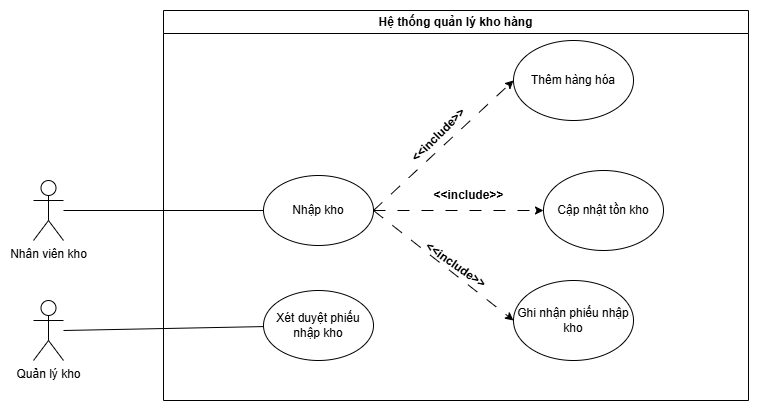
Before: Use Case Diagram/Usecase Nhập kho/Nhapkho.usecase.drawio.png, a diagram exported from draw.io (thanh2k4/Warehouse-management). Source tidied: cells renumbered, new cells last; positions are measured from the earlier drawing's top-left corner, leaving out a move shared by most shapes. The source it was exported from:
```xml
<mxGraphModel>
  <root>
    <mxCell id="0" />
    <mxCell id="1" parent="0" />
    <mxCell id="2" value="Hệ thống quản lý kho hàng" style="swimlane;whiteSpace=wrap;html=1;" parent="1" vertex="1">
      <mxGeometry x="130" width="585" height="390" as="geometry" />
    </mxCell>
    <mxCell id="3" value="Nhập kho" style="ellipse;whiteSpace=wrap;html=1;" parent="2" vertex="1">
      <mxGeometry x="100" y="165" width="110" height="70" as="geometry" />
    </mxCell>
    <mxCell id="4" value="Thêm hàng hóa" style="ellipse;whiteSpace=wrap;html=1;" parent="2" vertex="1">
      <mxGeometry x="350" y="30" width="120" height="80" as="geometry" />
    </mxCell>
    <mxCell id="5" value="Cập nhật tồn kho" style="ellipse;whiteSpace=wrap;html=1;" parent="2" vertex="1">
      <mxGeometry x="380" y="160" width="120" height="80" as="geometry" />
    </mxCell>
    <mxCell id="6" value="Ghi nhận phiếu nhập kho" style="ellipse;whiteSpace=wrap;html=1;" parent="2" vertex="1">
      <mxGeometry x="350" y="270" width="120" height="80" as="geometry" />
    </mxCell>
    <mxCell id="7" style="endArrow=classic;html=1;rounded=0;entryX=0;entryY=0.5;entryDx=0;entryDy=0;dashed=1;dashPattern=12 12;" parent="2" edge="1" target="4">
      <mxGeometry relative="1" as="geometry">
        <mxPoint x="210" y="200" as="sourcePoint" />
      </mxGeometry>
    </mxCell>
    <mxCell id="8" style="endArrow=classic;html=1;rounded=0;entryX=0;entryY=0.5;entryDx=0;entryDy=0;dashed=1;dashPattern=12 12;" parent="2" edge="1" target="5">
      <mxGeometry relative="1" as="geometry">
        <mxPoint x="210" y="200" as="sourcePoint" />
      </mxGeometry>
    </mxCell>
    <mxCell id="9" style="endArrow=classic;html=1;rounded=0;exitX=1;exitY=0.5;exitDx=0;exitDy=0;entryX=0;entryY=0.5;entryDx=0;entryDy=0;dashed=1;dashPattern=12 12;" parent="2" edge="1" source="3" target="6">
      <mxGeometry relative="1" as="geometry" />
    </mxCell>
    <mxCell id="10" value="&lt;b&gt;&amp;lt;&amp;lt;include&amp;gt;&amp;gt;&lt;/b&gt;" style="text;html=1;align=center;verticalAlign=middle;strokeColor=none;fillColor=none;rotation=-45;" parent="2" vertex="1">
      <mxGeometry x="230" y="110" width="90" height="30" as="geometry" />
    </mxCell>
    <mxCell id="11" value="&lt;b&gt;&amp;lt;&amp;lt;include&amp;gt;&amp;gt;&lt;/b&gt;" style="text;html=1;align=center;verticalAlign=middle;strokeColor=none;fillColor=none;rotation=0;" parent="2" vertex="1">
      <mxGeometry x="260" y="170" width="90" height="30" as="geometry" />
    </mxCell>
    <mxCell id="12" value="&lt;b&gt;&amp;lt;&amp;lt;include&amp;gt;&amp;gt;&lt;/b&gt;" style="text;html=1;align=center;verticalAlign=middle;strokeColor=none;fillColor=none;rotation=35;" parent="2" vertex="1">
      <mxGeometry x="247.5" y="240" width="90" height="30" as="geometry" />
    </mxCell>
    <mxCell id="13" value="Xét duyệt phiếu nhập kho" style="ellipse;whiteSpace=wrap;html=1;" parent="2" vertex="1">
      <mxGeometry x="100" y="280" width="110" height="70" as="geometry" />
    </mxCell>
    <mxCell id="14" value="Nhân viên kho" style="shape=umlActor;verticalLabelPosition=bottom;verticalAlign=top;html=1;outlineConnect=0;" parent="1" vertex="1">
      <mxGeometry y="170" width="30" height="60" as="geometry" />
    </mxCell>
    <mxCell id="15" style="endArrow=none;html=1;rounded=0;entryX=0;entryY=0.5;entryDx=0;entryDy=0;" parent="1" edge="1" source="14" target="3">
      <mxGeometry relative="1" as="geometry" />
    </mxCell>
    <mxCell id="16" value="Quản lý kho" style="shape=umlActor;verticalLabelPosition=bottom;verticalAlign=top;html=1;" parent="1" vertex="1">
      <mxGeometry y="290" width="30" height="60" as="geometry" />
    </mxCell>
    <mxCell id="17" style="endArrow=none;html=1;rounded=0;" parent="1" edge="1" target="13">
      <mxGeometry relative="1" as="geometry">
        <mxPoint x="30" y="320" as="sourcePoint" />
      </mxGeometry>
    </mxCell>
  </root>
</mxGraphModel>
```
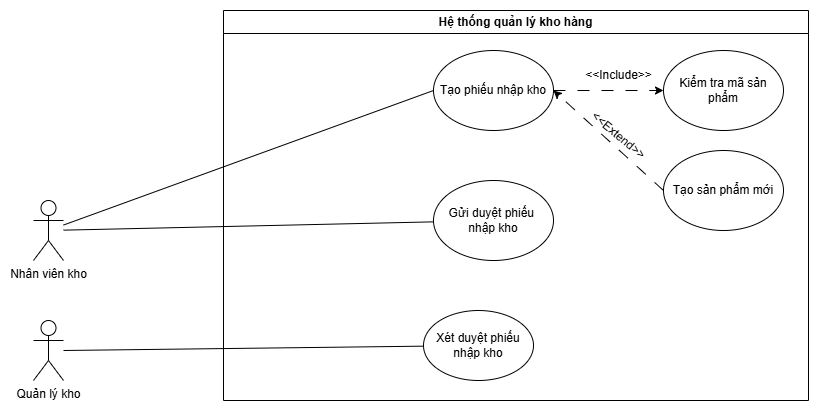
After the change.

Commit message:
update nhap kho

The edit, as a diff of the source:
```diff
@@ -3,51 +3,44 @@
     <mxCell id="0" />
     <mxCell id="1" parent="0" />
     <mxCell id="2" value="Hệ thống quản lý kho hàng" style="swimlane;whiteSpace=wrap;html=1;" parent="1" vertex="1">
-      <mxGeometry x="130" width="585" height="390" as="geometry" />
+      <mxGeometry x="190" y="-20" width="585" height="390" as="geometry" />
     </mxCell>
-    <mxCell id="3" value="Nhập kho" style="ellipse;whiteSpace=wrap;html=1;" parent="2" vertex="1">
-      <mxGeometry x="100" y="165" width="110" height="70" as="geometry" />
-    </mxCell>
+    <mxCell id="18" style="rounded=0;jettySize=auto;html=1;dashed=1;dashPattern=12 12;" parent="2" edge="1" source="4" target="22">
+      <mxGeometry relative="1" as="geometry" />
+    </mxCell>
-    <mxCell id="4" value="Thêm hàng hóa" style="ellipse;whiteSpace=wrap;html=1;" parent="2" vertex="1">
-      <mxGeometry x="350" y="30" width="120" height="80" as="geometry" />
+    <mxCell id="4" value="Tạo phiếu nhập kho" style="ellipse;whiteSpace=wrap;html=1;" parent="2" vertex="1">
+      <mxGeometry x="210" y="40" width="120" height="80" as="geometry" />
     </mxCell>
-    <mxCell id="5" value="Cập nhật tồn kho" style="ellipse;whiteSpace=wrap;html=1;" parent="2" vertex="1">
-      <mxGeometry x="380" y="160" width="120" height="80" as="geometry" />
-    </mxCell>
-    <mxCell id="6" value="Ghi nhận phiếu nhập kho" style="ellipse;whiteSpace=wrap;html=1;" parent="2" vertex="1">
-      <mxGeometry x="350" y="270" width="120" height="80" as="geometry" />
-    </mxCell>
-    <mxCell id="7" style="endArrow=classic;html=1;rounded=0;entryX=0;entryY=0.5;entryDx=0;entryDy=0;dashed=1;dashPattern=12 12;" parent="2" edge="1" target="4">
-      <mxGeometry relative="1" as="geometry">
-        <mxPoint x="210" y="200" as="sourcePoint" />
-      </mxGeometry>
-    </mxCell>
-    <mxCell id="8" style="endArrow=classic;html=1;rounded=0;entryX=0;entryY=0.5;entryDx=0;entryDy=0;dashed=1;dashPattern=12 12;" parent="2" edge="1" target="5">
-      <mxGeometry relative="1" as="geometry">
-        <mxPoint x="210" y="200" as="sourcePoint" />
-      </mxGeometry>
-    </mxCell>
-    <mxCell id="9" style="endArrow=classic;html=1;rounded=0;exitX=1;exitY=0.5;exitDx=0;exitDy=0;entryX=0;entryY=0.5;entryDx=0;entryDy=0;dashed=1;dashPattern=12 12;" parent="2" edge="1" source="3" target="6">
-      <mxGeometry relative="1" as="geometry" />
-    </mxCell>
-    <mxCell id="10" value="&lt;b&gt;&amp;lt;&amp;lt;include&amp;gt;&amp;gt;&lt;/b&gt;" style="text;html=1;align=center;verticalAlign=middle;strokeColor=none;fillColor=none;rotation=-45;" parent="2" vertex="1">
-      <mxGeometry x="230" y="110" width="90" height="30" as="geometry" />
-    </mxCell>
-    <mxCell id="11" value="&lt;b&gt;&amp;lt;&amp;lt;include&amp;gt;&amp;gt;&lt;/b&gt;" style="text;html=1;align=center;verticalAlign=middle;strokeColor=none;fillColor=none;rotation=0;" parent="2" vertex="1">
-      <mxGeometry x="260" y="170" width="90" height="30" as="geometry" />
-    </mxCell>
-    <mxCell id="12" value="&lt;b&gt;&amp;lt;&amp;lt;include&amp;gt;&amp;gt;&lt;/b&gt;" style="text;html=1;align=center;verticalAlign=middle;strokeColor=none;fillColor=none;rotation=35;" parent="2" vertex="1">
-      <mxGeometry x="247.5" y="240" width="90" height="30" as="geometry" />
-    </mxCell>
     <mxCell id="13" value="Xét duyệt phiếu nhập kho" style="ellipse;whiteSpace=wrap;html=1;" parent="2" vertex="1">
-      <mxGeometry x="100" y="280" width="110" height="70" as="geometry" />
+      <mxGeometry x="200" y="300" width="110" height="70" as="geometry" />
     </mxCell>
+    <mxCell id="19" style="rounded=0;jettySize=auto;html=1;exitX=0;exitY=0.5;exitDx=0;exitDy=0;entryX=1;entryY=0.5;entryDx=0;entryDy=0;dashed=1;dashPattern=12 12;" parent="2" edge="1" source="20" target="4">
+      <mxGeometry relative="1" as="geometry" />
+    </mxCell>
+    <mxCell id="20" value="Tạo sản phẩm mới" style="ellipse;whiteSpace=wrap;html=1;" parent="2" vertex="1">
+      <mxGeometry x="440" y="140" width="120" height="80" as="geometry" />
+    </mxCell>
+    <mxCell id="21" value="&amp;lt;&amp;lt;Extend&amp;gt;&amp;gt;" style="text;html=1;align=center;verticalAlign=middle;strokeColor=none;fillColor=none;rotation=40;" parent="2" vertex="1">
+      <mxGeometry x="350" y="110" width="90" height="30" as="geometry" />
+    </mxCell>
+    <mxCell id="22" value="Kiểm tra mã sản phẩm" style="ellipse;whiteSpace=wrap;html=1;" parent="2" vertex="1">
+      <mxGeometry x="440" y="40" width="120" height="80" as="geometry" />
+    </mxCell>
+    <mxCell id="23" value="&amp;lt;&amp;lt;Include&amp;gt;&amp;gt;" style="text;html=1;align=center;verticalAlign=middle;strokeColor=none;fillColor=none;" parent="2" vertex="1">
+      <mxGeometry x="350" y="50" width="90" height="30" as="geometry" />
+    </mxCell>
+    <mxCell id="24" value="Gửi duyệt phiếu&amp;nbsp;&lt;div&gt;nhập kho&lt;/div&gt;" style="ellipse;whiteSpace=wrap;html=1;" parent="2" vertex="1">
+      <mxGeometry x="210" y="170" width="120" height="80" as="geometry" />
+    </mxCell>
+    <mxCell id="25" style="rounded=0;jettySize=auto;html=1;entryX=0;entryY=0.5;entryDx=0;entryDy=0;strokeColor=default;endArrow=none;startFill=0;" parent="1" edge="1" source="14" target="4">
+      <mxGeometry relative="1" as="geometry" />
+    </mxCell>
+    <mxCell id="26" style="rounded=0;jettySize=auto;html=1;endArrow=none;startFill=0;" parent="1" edge="1" source="14" target="24">
+      <mxGeometry relative="1" as="geometry" />
+    </mxCell>
     <mxCell id="14" value="Nhân viên kho" style="shape=umlActor;verticalLabelPosition=bottom;verticalAlign=top;html=1;outlineConnect=0;" parent="1" vertex="1">
       <mxGeometry y="170" width="30" height="60" as="geometry" />
     </mxCell>
-    <mxCell id="15" style="endArrow=none;html=1;rounded=0;entryX=0;entryY=0.5;entryDx=0;entryDy=0;" parent="1" edge="1" source="14" target="3">
-      <mxGeometry relative="1" as="geometry" />
-    </mxCell>
     <mxCell id="16" value="Quản lý kho" style="shape=umlActor;verticalLabelPosition=bottom;verticalAlign=top;html=1;" parent="1" vertex="1">
       <mxGeometry y="290" width="30" height="60" as="geometry" />
     </mxCell>
```
